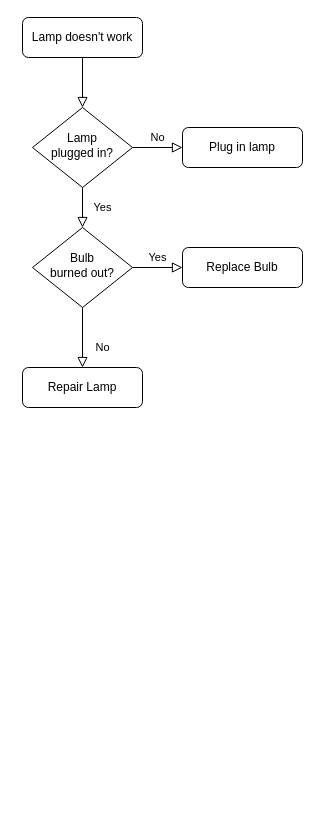
Earlier version of the draw.io diagram api额度放开-定时任务.drawio (yuanlj-tea/picgo). Source tidied: cells renumbered, new cells numbered last; positions are measured from the earlier drawing's top-left corner, leaving out a move shared by most shapes. Both pictures are drawn from the tidied source at 100%, with x=0, y=0 at pixel (22, 17).
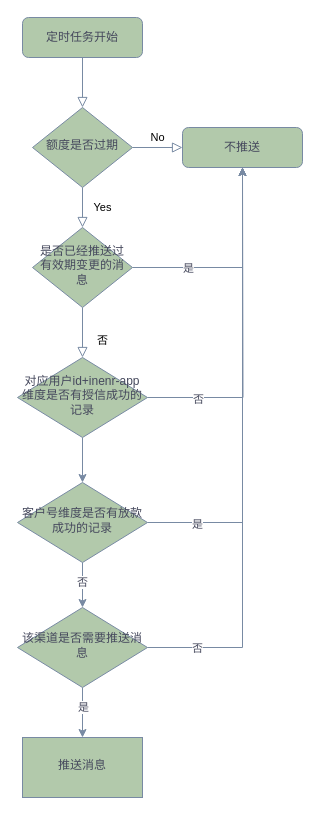
After the change.

Commit message:
更新api额度放开-定时任务.drawio

What changed in the source:
```diff
@@
-    <mxCell id="2" style="rounded=0;html=1;jettySize=auto;fontSize=11;endArrow=block;endFill=0;endSize=8;strokeWidth=1;shadow=0;labelBackgroundColor=none;edgeStyle=orthogonalEdgeStyle;" parent="1" edge="1" source="3" target="6">
+    <mxCell id="2" style="rounded=0;html=1;jettySize=auto;fontSize=11;endArrow=block;endFill=0;endSize=8;strokeWidth=1;shadow=0;labelBackgroundColor=none;edgeStyle=orthogonalEdgeStyle;strokeColor=#788AA3;fontColor=default;" parent="1" edge="1" source="3" target="6">
       <mxGeometry relative="1" as="geometry" />
     </mxCell>
-    <mxCell id="3" value="Lamp doesn't work" style="rounded=1;whiteSpace=wrap;html=1;fontSize=12;glass=0;strokeWidth=1;shadow=0;" parent="1" vertex="1">
+    <mxCell id="3" value="定时任务开始" style="rounded=1;whiteSpace=wrap;html=1;fontSize=12;glass=0;strokeWidth=1;shadow=0;labelBackgroundColor=none;fillColor=#B2C9AB;strokeColor=#788AA3;fontColor=#46495D;" parent="1" vertex="1">
       <mxGeometry width="120" height="40" as="geometry" />
     </mxCell>
-    <mxCell id="4" value="Yes" style="rounded=0;html=1;jettySize=auto;fontSize=11;endArrow=block;endFill=0;endSize=8;strokeWidth=1;shadow=0;labelBackgroundColor=none;edgeStyle=orthogonalEdgeStyle;" parent="1" edge="1" source="6" target="10">
+    <mxCell id="4" value="Yes" style="rounded=0;html=1;jettySize=auto;fontSize=11;endArrow=block;endFill=0;endSize=8;strokeWidth=1;shadow=0;labelBackgroundColor=none;edgeStyle=orthogonalEdgeStyle;strokeColor=#788AA3;fontColor=default;" parent="1" edge="1" source="6" target="10">
       <mxGeometry y="20" relative="1" as="geometry" />
     </mxCell>
-    <mxCell id="5" value="No" style="edgeStyle=orthogonalEdgeStyle;rounded=0;html=1;jettySize=auto;fontSize=11;endArrow=block;endFill=0;endSize=8;strokeWidth=1;shadow=0;labelBackgroundColor=none;" parent="1" edge="1" source="6" target="7">
+    <mxCell id="5" value="No" style="edgeStyle=orthogonalEdgeStyle;rounded=0;html=1;jettySize=auto;fontSize=11;endArrow=block;endFill=0;endSize=8;strokeWidth=1;shadow=0;labelBackgroundColor=none;strokeColor=#788AA3;fontColor=default;" parent="1" edge="1" source="6" target="7">
       <mxGeometry y="10" relative="1" as="geometry" />
     </mxCell>
-    <mxCell id="6" value="Lamp&lt;br&gt;plugged in?" style="rhombus;whiteSpace=wrap;html=1;shadow=0;fontFamily=Helvetica;fontSize=12;align=center;strokeWidth=1;spacing=6;spacingTop=-4;" parent="1" vertex="1">
+    <mxCell id="6" value="额度是否过期" style="rhombus;whiteSpace=wrap;html=1;shadow=0;fontFamily=Helvetica;fontSize=12;align=center;strokeWidth=1;spacing=6;spacingTop=-4;labelBackgroundColor=none;fillColor=#B2C9AB;strokeColor=#788AA3;fontColor=#46495D;" parent="1" vertex="1">
       <mxGeometry x="10" y="90" width="100" height="80" as="geometry" />
     </mxCell>
-    <mxCell id="7" value="Plug in lamp" style="rounded=1;whiteSpace=wrap;html=1;fontSize=12;glass=0;strokeWidth=1;shadow=0;" parent="1" vertex="1">
+    <mxCell id="7" value="不推送" style="rounded=1;whiteSpace=wrap;html=1;fontSize=12;glass=0;strokeWidth=1;shadow=0;labelBackgroundColor=none;fillColor=#B2C9AB;strokeColor=#788AA3;fontColor=#46495D;" parent="1" vertex="1">
       <mxGeometry x="160" y="110" width="120" height="40" as="geometry" />
     </mxCell>
-    <mxCell id="8" value="No" style="rounded=0;html=1;jettySize=auto;fontSize=11;endArrow=block;endFill=0;endSize=8;strokeWidth=1;shadow=0;labelBackgroundColor=none;edgeStyle=orthogonalEdgeStyle;" parent="1" edge="1" source="10" target="11">
+    <mxCell id="8" value="否" style="rounded=0;html=1;jettySize=auto;fontSize=11;endArrow=block;endFill=0;endSize=8;strokeWidth=1;shadow=0;labelBackgroundColor=none;edgeStyle=orthogonalEdgeStyle;strokeColor=#788AA3;fontColor=default;entryX=0.5;entryY=0;entryDx=0;entryDy=0;" parent="1" edge="1" source="10" target="18">
       <mxGeometry x="0.33" y="20" relative="1" as="geometry" />
     </mxCell>
-    <mxCell id="9" value="Yes" style="edgeStyle=orthogonalEdgeStyle;rounded=0;html=1;jettySize=auto;fontSize=11;endArrow=block;endFill=0;endSize=8;strokeWidth=1;shadow=0;labelBackgroundColor=none;" parent="1" edge="1" source="10" target="12">
-      <mxGeometry y="10" relative="1" as="geometry" />
-    </mxCell>
+    <mxCell id="13" style="edgeStyle=orthogonalEdgeStyle;rounded=0;jettySize=auto;html=1;entryX=0.5;entryY=1;entryDx=0;entryDy=0;strokeColor=#788AA3;fontColor=#46495D;fillColor=#B2C9AB;" parent="1" edge="1" source="10" target="7">
+      <mxGeometry relative="1" as="geometry" />
+    </mxCell>
+    <mxCell id="14" value="是" style="edgeLabel;html=1;align=center;verticalAlign=middle;strokeColor=#788AA3;fontColor=#46495D;fillColor=#B2C9AB;" parent="13" vertex="1">
+      <mxGeometry x="-0.48" relative="1" as="geometry" />
+    </mxCell>
-    <mxCell id="10" value="Bulb&lt;br&gt;burned out?" style="rhombus;whiteSpace=wrap;html=1;shadow=0;fontFamily=Helvetica;fontSize=12;align=center;strokeWidth=1;spacing=6;spacingTop=-4;" parent="1" vertex="1">
+    <mxCell id="10" value="是否已经推送过有效期变更的消息" style="rhombus;whiteSpace=wrap;html=1;shadow=0;fontFamily=Helvetica;fontSize=12;align=center;strokeWidth=1;spacing=6;spacingTop=-4;labelBackgroundColor=none;fillColor=#B2C9AB;strokeColor=#788AA3;fontColor=#46495D;" parent="1" vertex="1">
       <mxGeometry x="10" y="210" width="100" height="80" as="geometry" />
     </mxCell>
-    <mxCell id="11" value="Repair Lamp" style="rounded=1;whiteSpace=wrap;html=1;fontSize=12;glass=0;strokeWidth=1;shadow=0;" parent="1" vertex="1">
-      <mxGeometry y="350" width="120" height="40" as="geometry" />
-    </mxCell>
-    <mxCell id="12" value="Replace Bulb" style="rounded=1;whiteSpace=wrap;html=1;fontSize=12;glass=0;strokeWidth=1;shadow=0;" parent="1" vertex="1">
-      <mxGeometry x="160" y="230" width="120" height="40" as="geometry" />
-    </mxCell>
+    <mxCell id="15" style="edgeStyle=orthogonalEdgeStyle;rounded=0;jettySize=auto;html=1;strokeColor=#788AA3;fontColor=#46495D;fillColor=#B2C9AB;" parent="1" edge="1" source="18">
+      <mxGeometry relative="1" as="geometry">
+        <mxPoint x="220" y="150" as="targetPoint" />
+      </mxGeometry>
+    </mxCell>
+    <mxCell id="16" value="否" style="edgeLabel;html=1;align=center;verticalAlign=middle;strokeColor=#788AA3;fontColor=#46495D;fillColor=#B2C9AB;" parent="15" vertex="1">
+      <mxGeometry x="-0.69" y="-1" relative="1" as="geometry" />
+    </mxCell>
+    <mxCell id="17" style="edgeStyle=orthogonalEdgeStyle;rounded=0;jettySize=auto;html=1;strokeColor=#788AA3;fontColor=#46495D;fillColor=#B2C9AB;" parent="1" edge="1" source="18" target="23">
+      <mxGeometry relative="1" as="geometry" />
+    </mxCell>
+    <mxCell id="18" value="对应用户id+inenr-app维度是否有授信成功的记录" style="rhombus;whiteSpace=wrap;html=1;shadow=0;fontFamily=Helvetica;fontSize=12;align=center;strokeWidth=1;spacing=6;spacingTop=-4;labelBackgroundColor=none;fillColor=#B2C9AB;strokeColor=#788AA3;fontColor=#46495D;" parent="1" vertex="1">
+      <mxGeometry x="-5" y="340" width="130" height="80" as="geometry" />
+    </mxCell>
+    <mxCell id="19" style="edgeStyle=orthogonalEdgeStyle;rounded=0;jettySize=auto;html=1;entryX=0.5;entryY=1;entryDx=0;entryDy=0;strokeColor=#788AA3;fontColor=#46495D;fillColor=#B2C9AB;" parent="1" edge="1" source="23" target="7">
+      <mxGeometry relative="1" as="geometry" />
+    </mxCell>
+    <mxCell id="20" value="是" style="edgeLabel;html=1;align=center;verticalAlign=middle;strokeColor=#788AA3;fontColor=#46495D;fillColor=#B2C9AB;" parent="19" vertex="1">
+      <mxGeometry x="-0.78" y="-1" relative="1" as="geometry" />
+    </mxCell>
+    <mxCell id="21" style="edgeStyle=orthogonalEdgeStyle;rounded=0;jettySize=auto;html=1;strokeColor=#788AA3;fontColor=#46495D;fillColor=#B2C9AB;" parent="1" edge="1" source="23" target="28">
+      <mxGeometry relative="1" as="geometry" />
+    </mxCell>
+    <mxCell id="22" value="否" style="edgeLabel;html=1;align=center;verticalAlign=middle;strokeColor=#788AA3;fontColor=#46495D;fillColor=#B2C9AB;" parent="21" vertex="1">
+      <mxGeometry x="-0.14" y="-1" relative="1" as="geometry" />
+    </mxCell>
+    <mxCell id="23" value="客户号维度是否有放款成功的记录" style="rhombus;whiteSpace=wrap;html=1;shadow=0;fontFamily=Helvetica;fontSize=12;align=center;strokeWidth=1;spacing=6;spacingTop=-4;labelBackgroundColor=none;fillColor=#B2C9AB;strokeColor=#788AA3;fontColor=#46495D;" parent="1" vertex="1">
+      <mxGeometry x="-5" y="465" width="130" height="80" as="geometry" />
+    </mxCell>
+    <mxCell id="24" style="edgeStyle=orthogonalEdgeStyle;rounded=0;jettySize=auto;html=1;entryX=0.5;entryY=1;entryDx=0;entryDy=0;strokeColor=#788AA3;fontColor=#46495D;fillColor=#B2C9AB;" parent="1" edge="1" source="28" target="7">
+      <mxGeometry relative="1" as="geometry" />
+    </mxCell>
+    <mxCell id="25" value="否" style="edgeLabel;html=1;align=center;verticalAlign=middle;strokeColor=#788AA3;fontColor=#46495D;fillColor=#B2C9AB;" parent="24" vertex="1">
+      <mxGeometry x="-0.83" relative="1" as="geometry" />
+    </mxCell>
+    <mxCell id="26" style="edgeStyle=orthogonalEdgeStyle;rounded=0;jettySize=auto;html=1;strokeColor=#788AA3;fontColor=#46495D;fillColor=#B2C9AB;" parent="1" edge="1" source="28" target="29">
+      <mxGeometry relative="1" as="geometry" />
+    </mxCell>
+    <mxCell id="27" value="是" style="edgeLabel;html=1;align=center;verticalAlign=middle;strokeColor=#788AA3;fontColor=#46495D;fillColor=#B2C9AB;" parent="26" vertex="1">
+      <mxGeometry x="-0.26" relative="1" as="geometry" />
+    </mxCell>
+    <mxCell id="28" value="该渠道是否需要推送消息" style="rhombus;whiteSpace=wrap;html=1;shadow=0;fontFamily=Helvetica;fontSize=12;align=center;strokeWidth=1;spacing=6;spacingTop=-4;labelBackgroundColor=none;fillColor=#B2C9AB;strokeColor=#788AA3;fontColor=#46495D;" parent="1" vertex="1">
+      <mxGeometry x="-5" y="590" width="130" height="80" as="geometry" />
+    </mxCell>
+    <mxCell id="29" value="推送消息" style="whiteSpace=wrap;html=1;fillColor=#B2C9AB;strokeColor=#788AA3;fontColor=#46495D;shadow=0;strokeWidth=1;spacing=6;spacingTop=-4;labelBackgroundColor=none;" parent="1" vertex="1">
+      <mxGeometry y="720" width="120" height="60" as="geometry" />
+    </mxCell>
```
